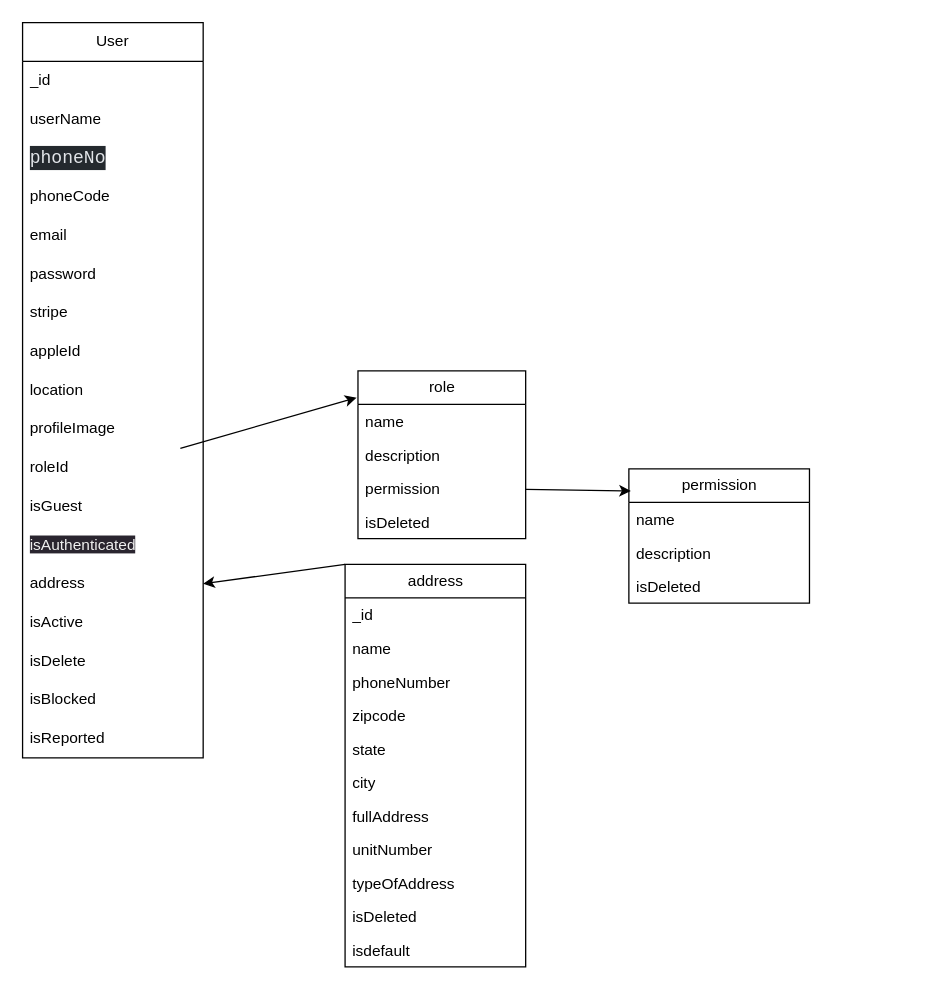
The draw.io diagram database.drawio in YakoByte/Rentworthy-Backend-NodeJS, before the edit. Source tidied: cells renumbered, new cells numbered last; positions are measured from the earlier drawing's top-left corner, leaving out a move shared by most shapes. Both pictures are drawn from the tidied source at 129%, with x=0, y=0 at pixel (22, 22).
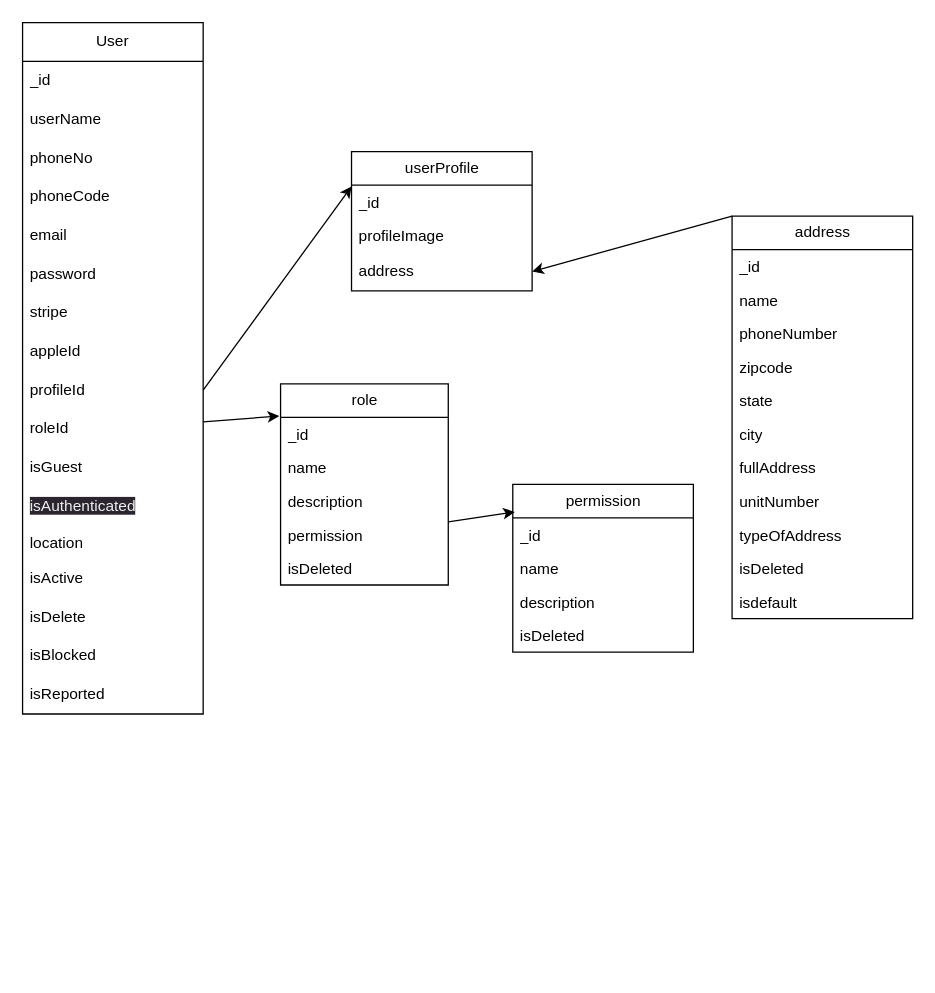
The same page after the edit.

Change to the diagram source:
```diff
@@
     <mxCell id="2" value="User" style="swimlane;fontStyle=0;horizontal=1;startSize=30;whiteSpace=wrap;html=1;" parent="1" vertex="1">
-      <mxGeometry width="140" height="570" as="geometry" />
+      <mxGeometry width="140" height="536" as="geometry" />
     </mxCell>
@@
-    <mxCell id="5" value="&lt;div style=&quot;color: rgb(225, 228, 232); background-color: rgb(36, 41, 46); font-family: Consolas, &amp;quot;Courier New&amp;quot;, monospace; font-size: 14px; line-height: 19px;&quot;&gt;phoneNo&lt;/div&gt;" style="text;strokeColor=none;fillColor=none;align=left;verticalAlign=middle;spacingLeft=4;spacingRight=4;overflow=hidden;whiteSpace=wrap;html=1;" parent="2" vertex="1">
+    <mxCell id="5" value="phoneNo" style="text;strokeColor=none;fillColor=none;align=left;verticalAlign=middle;spacingLeft=4;spacingRight=4;overflow=hidden;whiteSpace=wrap;html=1;" parent="2" vertex="1">
       <mxGeometry y="90" width="140" height="30" as="geometry" />
     </mxCell>
@@
-    <mxCell id="11" value="location" style="text;strokeColor=none;fillColor=none;align=left;verticalAlign=middle;spacingLeft=4;spacingRight=4;overflow=hidden;points=[[0,0.5],[1,0.5]];portConstraint=eastwest;whiteSpace=wrap;html=1;" parent="2" vertex="1">
+    <mxCell id="11" value="profileId" style="text;strokeColor=none;fillColor=none;align=left;verticalAlign=middle;spacingLeft=4;spacingRight=4;overflow=hidden;points=[[0,0.5],[1,0.5]];portConstraint=eastwest;whiteSpace=wrap;html=1;" parent="2" vertex="1">
       <mxGeometry y="270" width="140" height="30" as="geometry" />
     </mxCell>
-    <mxCell id="12" value="profileImage" style="text;strokeColor=none;fillColor=none;align=left;verticalAlign=middle;spacingLeft=4;spacingRight=4;overflow=hidden;whiteSpace=wrap;html=1;" parent="2" vertex="1">
-      <mxGeometry y="300" width="140" height="30" as="geometry" />
-    </mxCell>
     <mxCell id="13" value="roleId" style="text;strokeColor=none;fillColor=none;align=left;verticalAlign=middle;spacingLeft=4;spacingRight=4;overflow=hidden;points=[[0,0.5],[1,0.5]];portConstraint=eastwest;whiteSpace=wrap;html=1;" parent="2" vertex="1">
-      <mxGeometry y="330" width="140" height="30" as="geometry" />
+      <mxGeometry y="300" width="140" height="30" as="geometry" />
     </mxCell>
     <mxCell id="14" value="isGuest" style="text;strokeColor=none;fillColor=none;align=left;verticalAlign=middle;spacingLeft=4;spacingRight=4;overflow=hidden;whiteSpace=wrap;html=1;" parent="2" vertex="1">
-      <mxGeometry y="360" width="140" height="30" as="geometry" />
+      <mxGeometry y="330" width="140" height="30" as="geometry" />
     </mxCell>
     <mxCell id="15" value="&lt;span style=&quot;color: rgb(240, 240, 240); font-family: Helvetica; font-size: 12px; font-style: normal; font-variant-ligatures: normal; font-variant-caps: normal; font-weight: 400; letter-spacing: normal; orphans: 2; text-align: left; text-indent: 0px; text-transform: none; widows: 2; word-spacing: 0px; -webkit-text-stroke-width: 0px; background-color: rgb(42, 37, 47); text-decoration-thickness: initial; text-decoration-style: initial; text-decoration-color: initial; float: none; display: inline !important;&quot;&gt;isAuthenticated&lt;/span&gt;" style="text;strokeColor=none;fillColor=none;align=left;verticalAlign=middle;spacingLeft=4;spacingRight=4;overflow=hidden;whiteSpace=wrap;html=1;" parent="2" vertex="1">
-      <mxGeometry y="390" width="140" height="30" as="geometry" />
+      <mxGeometry y="360" width="140" height="30" as="geometry" />
     </mxCell>
-    <mxCell id="16" value="address" style="text;strokeColor=none;fillColor=none;align=left;verticalAlign=middle;spacingLeft=4;spacingRight=4;overflow=hidden;points=[[0,0.5],[1,0.5]];portConstraint=eastwest;whiteSpace=wrap;html=1;" parent="2" vertex="1">
-      <mxGeometry y="420" width="140" height="30" as="geometry" />
-    </mxCell>
+    <mxCell id="45" value="location" style="text;strokeColor=none;fillColor=none;align=left;verticalAlign=top;spacingLeft=4;spacingRight=4;overflow=hidden;whiteSpace=wrap;html=1;" parent="2" vertex="1">
+      <mxGeometry y="390" width="140" height="26" as="geometry" />
+    </mxCell>
     <mxCell id="17" value="isActive" style="text;strokeColor=none;fillColor=none;align=left;verticalAlign=middle;spacingLeft=4;spacingRight=4;overflow=hidden;whiteSpace=wrap;html=1;" parent="2" vertex="1">
-      <mxGeometry y="450" width="140" height="30" as="geometry" />
+      <mxGeometry y="416" width="140" height="30" as="geometry" />
     </mxCell>
     <mxCell id="18" value="isDelete" style="text;strokeColor=none;fillColor=none;align=left;verticalAlign=middle;spacingLeft=4;spacingRight=4;overflow=hidden;whiteSpace=wrap;html=1;" parent="2" vertex="1">
-      <mxGeometry y="480" width="140" height="30" as="geometry" />
+      <mxGeometry y="446" width="140" height="30" as="geometry" />
     </mxCell>
     <mxCell id="19" value="isBlocked" style="text;strokeColor=none;fillColor=none;align=left;verticalAlign=middle;spacingLeft=4;spacingRight=4;overflow=hidden;whiteSpace=wrap;html=1;" parent="2" vertex="1">
-      <mxGeometry y="510" width="140" height="30" as="geometry" />
+      <mxGeometry y="476" width="140" height="30" as="geometry" />
     </mxCell>
     <mxCell id="20" value="isReported" style="text;strokeColor=none;fillColor=none;align=left;verticalAlign=middle;spacingLeft=4;spacingRight=4;overflow=hidden;whiteSpace=wrap;html=1;" parent="2" vertex="1">
-      <mxGeometry y="540" width="140" height="30" as="geometry" />
+      <mxGeometry y="506" width="140" height="30" as="geometry" />
     </mxCell>
     <mxCell id="21" value="role" style="swimlane;fontStyle=0;horizontal=1;startSize=26;fillColor=none;html=1;" parent="1" vertex="1">
-      <mxGeometry x="260" y="270" width="130" height="130" as="geometry" />
+      <mxGeometry x="200" y="280" width="130" height="156" as="geometry" />
     </mxCell>
+    <mxCell id="46" value="_id" style="text;strokeColor=none;fillColor=none;align=left;verticalAlign=top;spacingLeft=4;spacingRight=4;overflow=hidden;whiteSpace=wrap;html=1;" parent="21" vertex="1">
+      <mxGeometry y="26" width="130" height="26" as="geometry" />
+    </mxCell>
     <mxCell id="22" value="name" style="text;strokeColor=none;fillColor=none;align=left;verticalAlign=top;spacingLeft=4;spacingRight=4;overflow=hidden;whiteSpace=wrap;html=1;" parent="21" vertex="1">
-      <mxGeometry y="26" width="130" height="26" as="geometry" />
+      <mxGeometry y="52" width="130" height="26" as="geometry" />
     </mxCell>
     <mxCell id="23" value="description" style="text;strokeColor=none;fillColor=none;align=left;verticalAlign=top;spacingLeft=4;spacingRight=4;overflow=hidden;whiteSpace=wrap;html=1;" parent="21" vertex="1">
-      <mxGeometry y="52" width="130" height="26" as="geometry" />
+      <mxGeometry y="78" width="130" height="26" as="geometry" />
     </mxCell>
     <mxCell id="24" value="permission" style="text;strokeColor=none;fillColor=none;align=left;verticalAlign=top;spacingLeft=4;spacingRight=4;overflow=hidden;points=[[0,0.5],[1,0.5]];portConstraint=eastwest;whiteSpace=wrap;html=1;" parent="21" vertex="1">
-      <mxGeometry y="78" width="130" height="26" as="geometry" />
+      <mxGeometry y="104" width="130" height="26" as="geometry" />
     </mxCell>
     <mxCell id="25" value="isDeleted" style="text;strokeColor=none;fillColor=none;align=left;verticalAlign=top;spacingLeft=4;spacingRight=4;overflow=hidden;whiteSpace=wrap;html=1;" parent="21" vertex="1">
-      <mxGeometry y="104" width="130" height="26" as="geometry" />
+      <mxGeometry y="130" width="130" height="26" as="geometry" />
     </mxCell>
@@
     <mxCell id="28" value="address" style="swimlane;fontStyle=0;horizontal=1;startSize=26;fillColor=none;html=1;" parent="1" vertex="1">
-      <mxGeometry x="250" y="420" width="140" height="312" as="geometry" />
+      <mxGeometry x="550" y="150" width="140" height="312" as="geometry" />
     </mxCell>
@@
     <mxCell id="40" value="permission" style="swimlane;fontStyle=0;horizontal=1;startSize=26;fillColor=none;html=1;" parent="1" vertex="1">
-      <mxGeometry x="470" y="346" width="140" height="104" as="geometry" />
+      <mxGeometry x="380" y="358" width="140" height="130" as="geometry" />
     </mxCell>
+    <mxCell id="47" value="_id" style="text;strokeColor=none;fillColor=none;align=left;verticalAlign=top;spacingLeft=4;spacingRight=4;overflow=hidden;whiteSpace=wrap;html=1;" parent="40" vertex="1">
+      <mxGeometry y="26" width="140" height="26" as="geometry" />
+    </mxCell>
     <mxCell id="41" value="name" style="text;strokeColor=none;fillColor=none;align=left;verticalAlign=top;spacingLeft=4;spacingRight=4;overflow=hidden;whiteSpace=wrap;html=1;" parent="40" vertex="1">
-      <mxGeometry y="26" width="140" height="26" as="geometry" />
+      <mxGeometry y="52" width="140" height="26" as="geometry" />
     </mxCell>
     <mxCell id="42" value="description" style="text;strokeColor=none;fillColor=none;align=left;verticalAlign=top;spacingLeft=4;spacingRight=4;overflow=hidden;whiteSpace=wrap;html=1;" parent="40" vertex="1">
-      <mxGeometry y="52" width="140" height="26" as="geometry" />
+      <mxGeometry y="78" width="140" height="26" as="geometry" />
     </mxCell>
     <mxCell id="43" value="isDeleted" style="text;strokeColor=none;fillColor=none;align=left;verticalAlign=top;spacingLeft=4;spacingRight=4;overflow=hidden;whiteSpace=wrap;html=1;" parent="40" vertex="1">
-      <mxGeometry y="78" width="140" height="26" as="geometry" />
+      <mxGeometry y="104" width="140" height="26" as="geometry" />
     </mxCell>
@@
+    <mxCell id="48" value="userProfile" style="swimlane;fontStyle=0;horizontal=1;startSize=26;fillColor=none;html=1;" parent="1" vertex="1">
+      <mxGeometry x="255" y="100" width="140" height="108" as="geometry" />
+    </mxCell>
+    <mxCell id="49" value="_id" style="text;strokeColor=none;fillColor=none;align=left;verticalAlign=top;spacingLeft=4;spacingRight=4;overflow=hidden;whiteSpace=wrap;html=1;" parent="48" vertex="1">
+      <mxGeometry y="26" width="140" height="26" as="geometry" />
+    </mxCell>
+    <mxCell id="12" value="profileImage" style="text;strokeColor=none;fillColor=none;align=left;verticalAlign=top;spacingLeft=4;spacingRight=4;overflow=hidden;whiteSpace=wrap;html=1;" parent="48" vertex="1">
+      <mxGeometry y="52" width="140" height="26" as="geometry" />
+    </mxCell>
+    <mxCell id="16" value="address" style="text;strokeColor=none;fillColor=none;align=left;verticalAlign=middle;spacingLeft=4;spacingRight=4;overflow=hidden;points=[[0,0.5],[1,0.5]];portConstraint=eastwest;whiteSpace=wrap;html=1;" parent="48" vertex="1">
+      <mxGeometry y="78" width="140" height="30" as="geometry" />
+    </mxCell>
+    <mxCell id="50" style="edgeStyle=none;html=1;exitX=1;exitY=0.5;exitDx=0;exitDy=0;" parent="1" edge="1" source="11">
+      <mxGeometry relative="1" as="geometry">
+        <mxPoint x="140" y="285" as="targetPoint" />
+      </mxGeometry>
+    </mxCell>
+    <mxCell id="51" style="edgeStyle=none;html=1;exitX=1;exitY=0.5;exitDx=0;exitDy=0;entryX=0;entryY=0.25;entryDx=0;entryDy=0;" parent="1" edge="1" source="11" target="48">
+      <mxGeometry relative="1" as="geometry" />
+    </mxCell>
```
